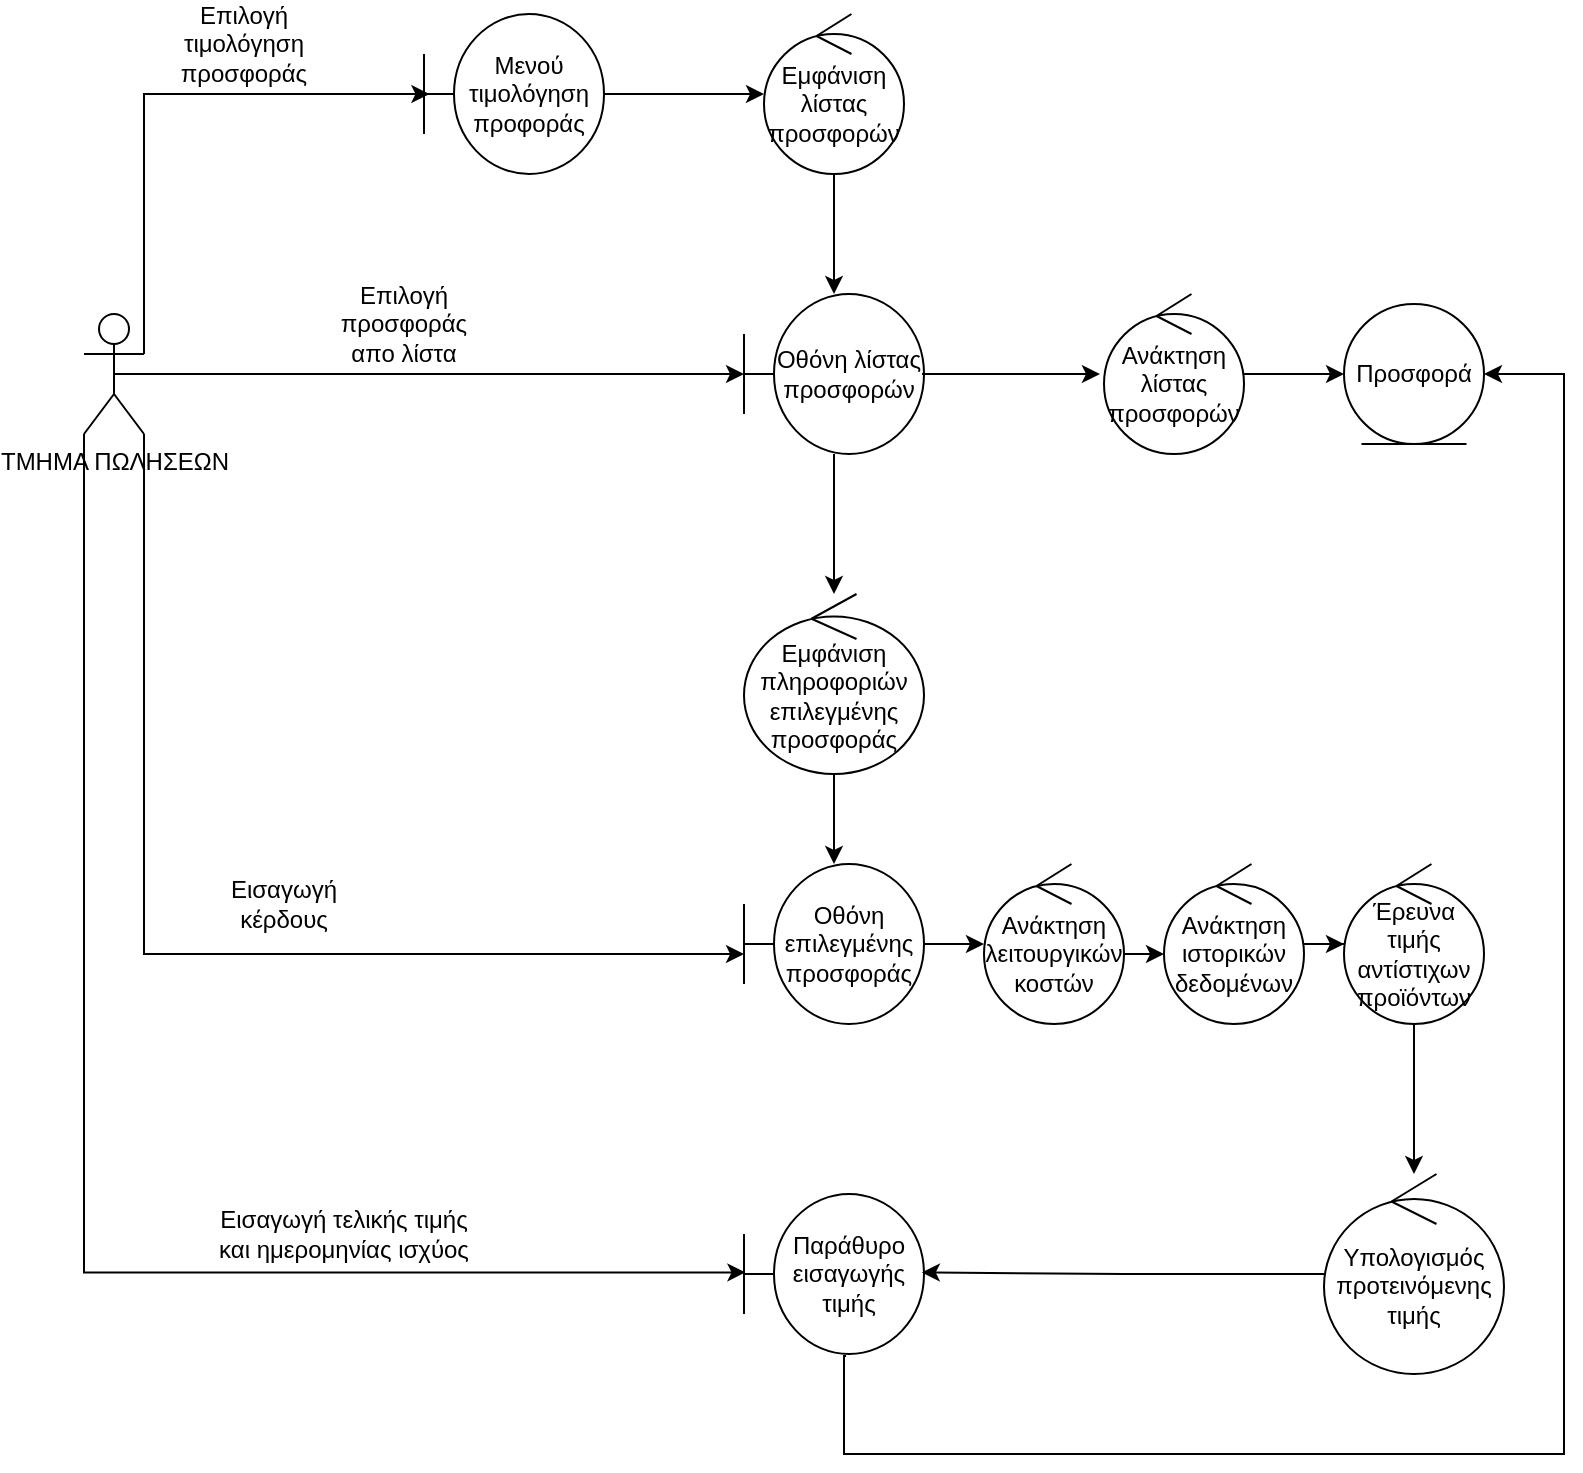
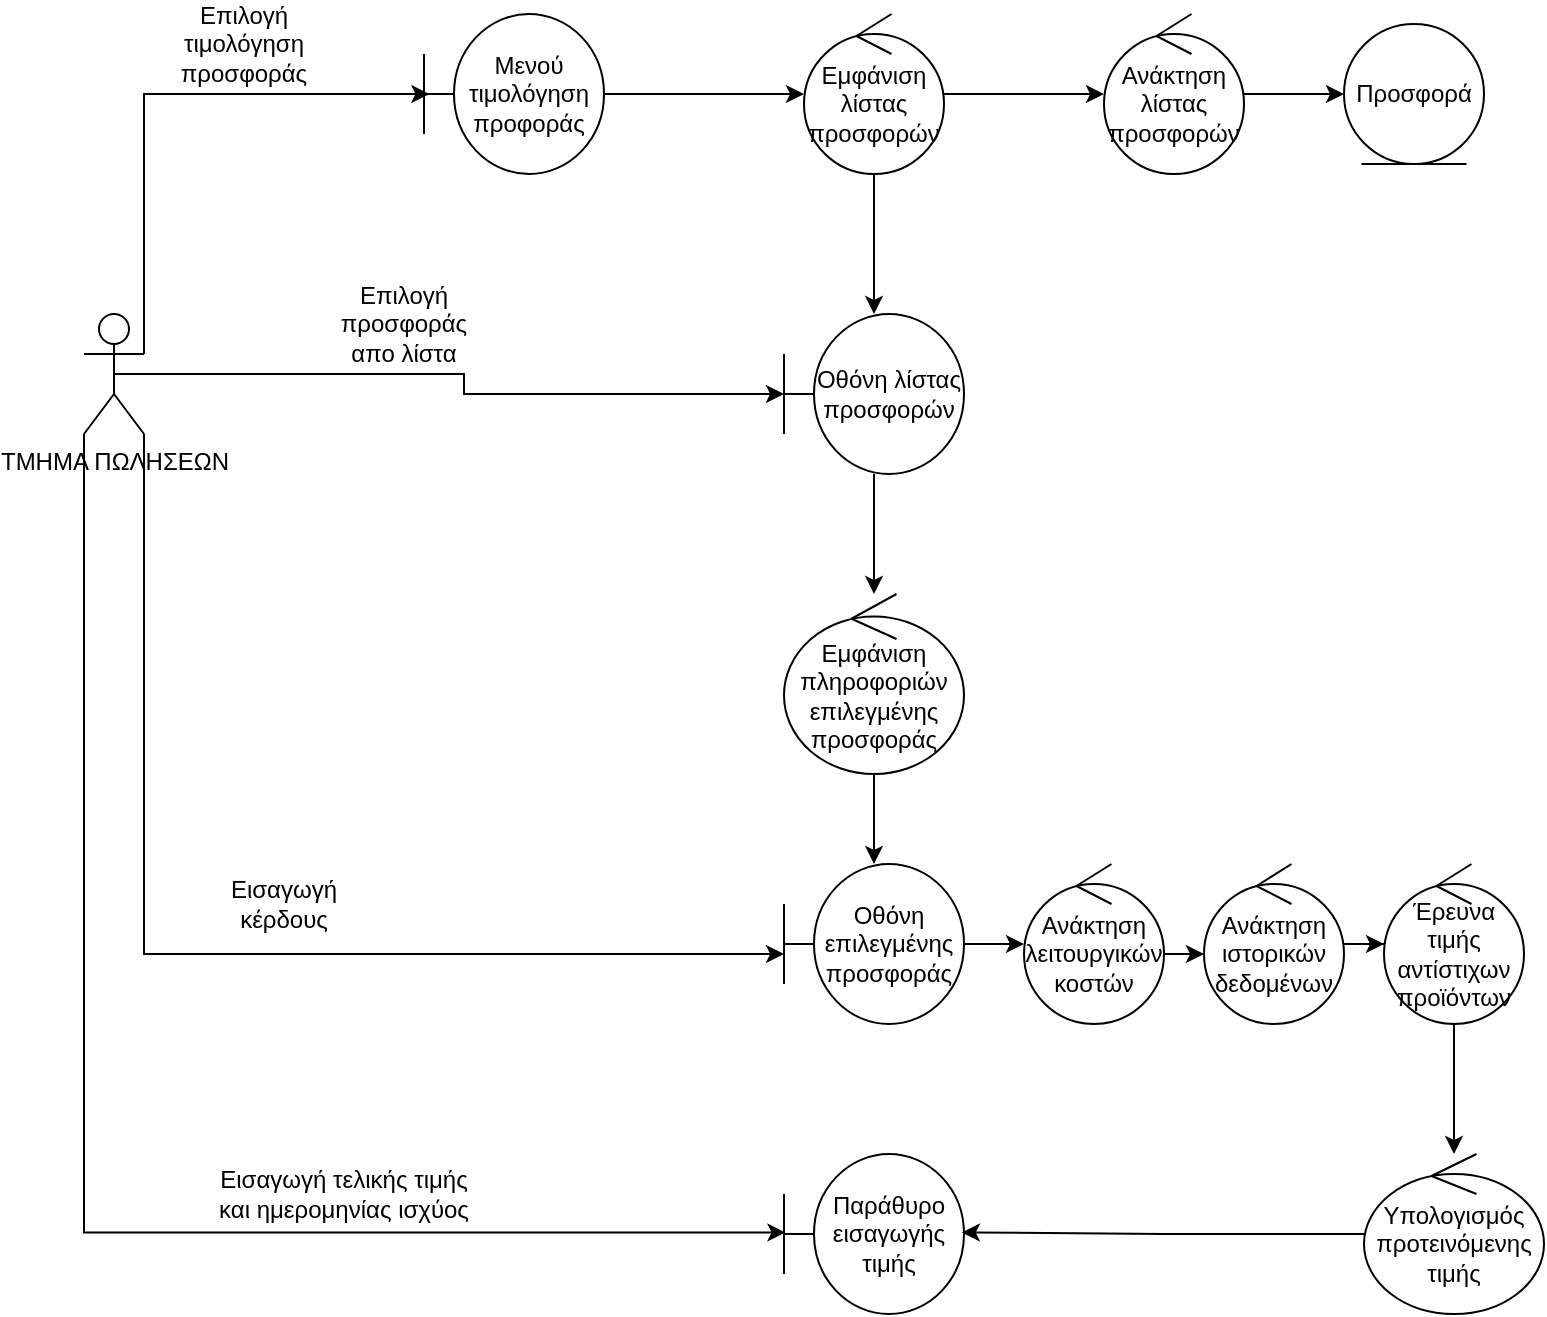
<mxfile host="Electron">
  <diagram name="Page-1" id="KaXBHMN9nKNjOLRxAqfw">
-     <mxGraphModel dx="1414" dy="883" grid="1" gridSize="10" guides="1" tooltips="1" connect="1" arrows="1" fold="1" page="1" pageScale="1" pageWidth="827" pageHeight="1169" math="0" shadow="0">
+     <mxGraphModel dx="1664" dy="1039" grid="1" gridSize="10" guides="1" tooltips="1" connect="1" arrows="1" fold="1" page="1" pageScale="1" pageWidth="827" pageHeight="1169" math="0" shadow="0">
      <root>
        <mxCell id="0" />
        <mxCell id="1" parent="0" />
        <mxCell id="C7lFtEQ3tHzBhNkcPl6a-1" parent="1" style="shape=umlActor;verticalLabelPosition=bottom;verticalAlign=top;html=1;outlineConnect=0;" value="ΤΜΗΜΑ ΠΩΛΗΣΕΩΝ" vertex="1">
          <mxGeometry height="60" width="30" x="70" y="310" as="geometry" />
        </mxCell>
        <mxCell id="C7lFtEQ3tHzBhNkcPl6a-8" edge="1" parent="1" source="C7lFtEQ3tHzBhNkcPl6a-2" style="edgeStyle=orthogonalEdgeStyle;rounded=0;orthogonalLoop=1;jettySize=auto;html=1;" target="C7lFtEQ3tHzBhNkcPl6a-6" value="">
          <mxGeometry relative="1" as="geometry" />
        </mxCell>
        <mxCell id="C7lFtEQ3tHzBhNkcPl6a-2" parent="1" style="shape=umlBoundary;whiteSpace=wrap;html=1;" value="Μενού τιμολόγηση προφοράς" vertex="1">
          <mxGeometry height="80" width="90" x="240" y="160" as="geometry" />
        </mxCell>
        <mxCell id="C7lFtEQ3tHzBhNkcPl6a-3" edge="1" parent="1" source="C7lFtEQ3tHzBhNkcPl6a-1" style="edgeStyle=orthogonalEdgeStyle;rounded=0;orthogonalLoop=1;jettySize=auto;html=1;exitX=1;exitY=0.3333333333333333;exitDx=0;exitDy=0;exitPerimeter=0;entryX=0.03;entryY=0.5;entryDx=0;entryDy=0;entryPerimeter=0;startArrow=none;startFill=0;" target="C7lFtEQ3tHzBhNkcPl6a-2">
          <mxGeometry relative="1" as="geometry">
            <Array as="points">
              <mxPoint x="150" y="200" />
              <mxPoint x="150" y="200" />
            </Array>
          </mxGeometry>
        </mxCell>
        <mxCell id="C7lFtEQ3tHzBhNkcPl6a-5" parent="1" style="text;html=1;whiteSpace=wrap;strokeColor=none;fillColor=none;align=center;verticalAlign=middle;rounded=0;" value="Επιλογή τιμολόγηση προσφοράς" vertex="1">
          <mxGeometry height="30" width="60" x="120" y="160" as="geometry" />
        </mxCell>
+         <mxCell id="C7lFtEQ3tHzBhNkcPl6a-10" edge="1" parent="1" source="C7lFtEQ3tHzBhNkcPl6a-6" style="edgeStyle=orthogonalEdgeStyle;rounded=0;orthogonalLoop=1;jettySize=auto;html=1;" target="C7lFtEQ3tHzBhNkcPl6a-9" value="">
+           <mxGeometry relative="1" as="geometry" />
+         </mxCell>
        <mxCell id="C7lFtEQ3tHzBhNkcPl6a-14" edge="1" parent="1" source="C7lFtEQ3tHzBhNkcPl6a-6" style="edgeStyle=orthogonalEdgeStyle;rounded=0;orthogonalLoop=1;jettySize=auto;html=1;" target="C7lFtEQ3tHzBhNkcPl6a-13" value="">
          <mxGeometry relative="1" as="geometry" />
        </mxCell>
        <mxCell id="C7lFtEQ3tHzBhNkcPl6a-6" parent="1" style="ellipse;shape=umlControl;whiteSpace=wrap;html=1;" value="Εμφάνιση λίστας προσφορών" vertex="1">
-           <mxGeometry height="80" width="70" x="410" y="160" as="geometry" />
+           <mxGeometry height="80" width="70" x="430" y="160" as="geometry" />
        </mxCell>
        <mxCell id="C7lFtEQ3tHzBhNkcPl6a-12" edge="1" parent="1" source="C7lFtEQ3tHzBhNkcPl6a-9" style="edgeStyle=orthogonalEdgeStyle;rounded=0;orthogonalLoop=1;jettySize=auto;html=1;" target="C7lFtEQ3tHzBhNkcPl6a-11" value="">
          <mxGeometry relative="1" as="geometry" />
        </mxCell>
        <mxCell id="C7lFtEQ3tHzBhNkcPl6a-9" parent="1" style="ellipse;shape=umlControl;whiteSpace=wrap;html=1;" value="Ανάκτηση λίστας προσφορών" vertex="1">
-           <mxGeometry height="80" width="70" x="580" y="300" as="geometry" />
+           <mxGeometry height="80" width="70" x="580" y="160" as="geometry" />
        </mxCell>
        <mxCell id="C7lFtEQ3tHzBhNkcPl6a-11" parent="1" style="ellipse;shape=umlEntity;whiteSpace=wrap;html=1;" value="Προσφορά" vertex="1">
-           <mxGeometry height="70" width="70" x="700" y="305" as="geometry" />
+           <mxGeometry height="70" width="70" x="700" y="165" as="geometry" />
        </mxCell>
        <mxCell id="C7lFtEQ3tHzBhNkcPl6a-19" edge="1" parent="1" source="C7lFtEQ3tHzBhNkcPl6a-13" style="edgeStyle=orthogonalEdgeStyle;rounded=0;orthogonalLoop=1;jettySize=auto;html=1;" target="C7lFtEQ3tHzBhNkcPl6a-17" value="">
          <mxGeometry relative="1" as="geometry" />
        </mxCell>
        <mxCell id="C7lFtEQ3tHzBhNkcPl6a-13" parent="1" style="shape=umlBoundary;whiteSpace=wrap;html=1;" value="Οθόνη λίστας προσφορών" vertex="1">
-           <mxGeometry height="80" width="90" x="400" y="300" as="geometry" />
+           <mxGeometry height="80" width="90" x="420" y="310" as="geometry" />
        </mxCell>
        <mxCell id="C7lFtEQ3tHzBhNkcPl6a-15" edge="1" parent="1" source="C7lFtEQ3tHzBhNkcPl6a-1" style="edgeStyle=orthogonalEdgeStyle;rounded=0;orthogonalLoop=1;jettySize=auto;html=1;exitX=0.5;exitY=0.5;exitDx=0;exitDy=0;exitPerimeter=0;entryX=0;entryY=0.5;entryDx=0;entryDy=0;entryPerimeter=0;" target="C7lFtEQ3tHzBhNkcPl6a-13">
          <mxGeometry relative="1" as="geometry" />
        </mxCell>
        <mxCell id="C7lFtEQ3tHzBhNkcPl6a-16" parent="1" style="text;html=1;whiteSpace=wrap;strokeColor=none;fillColor=none;align=center;verticalAlign=middle;rounded=0;" value="Επιλογή προσφοράς απο λίστα" vertex="1">
          <mxGeometry height="30" width="60" x="200" y="300" as="geometry" />
        </mxCell>
        <mxCell id="C7lFtEQ3tHzBhNkcPl6a-21" edge="1" parent="1" source="C7lFtEQ3tHzBhNkcPl6a-17" style="edgeStyle=orthogonalEdgeStyle;rounded=0;orthogonalLoop=1;jettySize=auto;html=1;" target="C7lFtEQ3tHzBhNkcPl6a-20" value="">
          <mxGeometry relative="1" as="geometry" />
        </mxCell>
        <mxCell id="C7lFtEQ3tHzBhNkcPl6a-17" parent="1" style="ellipse;shape=umlControl;whiteSpace=wrap;html=1;" value="Εμφάνιση πληροφοριών επιλεγμένης προσφοράς" vertex="1">
-           <mxGeometry height="90" width="90" x="400" y="450" as="geometry" />
+           <mxGeometry height="90" width="90" x="420" y="450" as="geometry" />
        </mxCell>
        <mxCell id="C7lFtEQ3tHzBhNkcPl6a-27" edge="1" parent="1" source="C7lFtEQ3tHzBhNkcPl6a-20" style="edgeStyle=orthogonalEdgeStyle;rounded=0;orthogonalLoop=1;jettySize=auto;html=1;" target="C7lFtEQ3tHzBhNkcPl6a-24" value="">
          <mxGeometry relative="1" as="geometry" />
        </mxCell>
        <mxCell id="C7lFtEQ3tHzBhNkcPl6a-20" parent="1" style="shape=umlBoundary;whiteSpace=wrap;html=1;" value="Οθόνη επιλεγμένης προσφοράς" vertex="1">
-           <mxGeometry height="80" width="90" x="400" y="585" as="geometry" />
+           <mxGeometry height="80" width="90" x="420" y="585" as="geometry" />
        </mxCell>
        <mxCell id="C7lFtEQ3tHzBhNkcPl6a-22" edge="1" parent="1" source="C7lFtEQ3tHzBhNkcPl6a-1" style="edgeStyle=orthogonalEdgeStyle;rounded=0;orthogonalLoop=1;jettySize=auto;html=1;exitX=1;exitY=1;exitDx=0;exitDy=0;exitPerimeter=0;entryX=0;entryY=0.563;entryDx=0;entryDy=0;entryPerimeter=0;" target="C7lFtEQ3tHzBhNkcPl6a-20">
          <mxGeometry relative="1" as="geometry" />
        </mxCell>
        <mxCell id="C7lFtEQ3tHzBhNkcPl6a-23" parent="1" style="text;html=1;whiteSpace=wrap;strokeColor=none;fillColor=none;align=center;verticalAlign=middle;rounded=0;" value="Εισαγωγή κέρδους" vertex="1">
          <mxGeometry height="30" width="60" x="140" y="590" as="geometry" />
        </mxCell>
        <mxCell id="C7lFtEQ3tHzBhNkcPl6a-24" parent="1" style="ellipse;shape=umlControl;whiteSpace=wrap;html=1;points=[];" value="Ανάκτηση λειτουργικών κοστών" vertex="1">
-           <mxGeometry height="80" width="70" x="520" y="585" as="geometry" />
+           <mxGeometry height="80" width="70" x="540" y="585" as="geometry" />
        </mxCell>
        <mxCell id="C7lFtEQ3tHzBhNkcPl6a-34" edge="1" parent="1" source="C7lFtEQ3tHzBhNkcPl6a-25" style="edgeStyle=orthogonalEdgeStyle;rounded=0;orthogonalLoop=1;jettySize=auto;html=1;" target="C7lFtEQ3tHzBhNkcPl6a-26" value="">
          <mxGeometry relative="1" as="geometry" />
        </mxCell>
        <mxCell id="C7lFtEQ3tHzBhNkcPl6a-25" parent="1" style="ellipse;shape=umlControl;whiteSpace=wrap;html=1;" value="Ανάκτηση ιστορικών δεδομένων" vertex="1">
-           <mxGeometry height="80" width="70" x="610" y="585" as="geometry" />
+           <mxGeometry height="80" width="70" x="630" y="585" as="geometry" />
        </mxCell>
        <mxCell id="C7lFtEQ3tHzBhNkcPl6a-39" edge="1" parent="1" source="C7lFtEQ3tHzBhNkcPl6a-26" style="edgeStyle=orthogonalEdgeStyle;rounded=0;orthogonalLoop=1;jettySize=auto;html=1;" target="C7lFtEQ3tHzBhNkcPl6a-38" value="">
          <mxGeometry relative="1" as="geometry" />
        </mxCell>
        <mxCell id="C7lFtEQ3tHzBhNkcPl6a-26" parent="1" style="ellipse;shape=umlControl;whiteSpace=wrap;html=1;" value="Έρευνα τιμής αντίστιχων προϊόντων" vertex="1">
-           <mxGeometry height="80" width="70" x="700" y="585" as="geometry" />
+           <mxGeometry height="80" width="70" x="720" y="585" as="geometry" />
        </mxCell>
        <mxCell id="C7lFtEQ3tHzBhNkcPl6a-32" edge="1" parent="1" style="endArrow=classic;html=1;rounded=0;" value="">
          <mxGeometry height="50" relative="1" width="50" as="geometry">
            <Array as="points">
-               <mxPoint x="600" y="630" />
+               <mxPoint x="620" y="630" />
            </Array>
-             <mxPoint x="590" y="630" as="sourcePoint" />
-             <mxPoint x="610" y="630" as="targetPoint" />
+             <mxPoint x="610" y="630" as="sourcePoint" />
+             <mxPoint x="630" y="630" as="targetPoint" />
          </mxGeometry>
        </mxCell>
        <mxCell id="C7lFtEQ3tHzBhNkcPl6a-35" parent="1" style="shape=umlBoundary;whiteSpace=wrap;html=1;" value="Παράθυρο εισαγωγής τιμής" vertex="1">
-           <mxGeometry height="80" width="90" x="400" y="750" as="geometry" />
+           <mxGeometry height="80" width="90" x="420" y="730" as="geometry" />
        </mxCell>
        <mxCell id="C7lFtEQ3tHzBhNkcPl6a-41" edge="1" parent="1" source="C7lFtEQ3tHzBhNkcPl6a-38" style="edgeStyle=orthogonalEdgeStyle;rounded=0;orthogonalLoop=1;jettySize=auto;html=1;entryX=0.988;entryY=0.49;entryDx=0;entryDy=0;entryPerimeter=0;" target="C7lFtEQ3tHzBhNkcPl6a-35" value="">
          <mxGeometry relative="1" as="geometry">
-             <mxPoint x="610" y="790" as="targetPoint" />
+             <mxPoint x="630" y="770" as="targetPoint" />
          </mxGeometry>
        </mxCell>
        <mxCell id="C7lFtEQ3tHzBhNkcPl6a-38" parent="1" style="ellipse;shape=umlControl;whiteSpace=wrap;html=1;" value="Υπολογισμός&lt;div&gt;προτεινόμενης&lt;/div&gt;&lt;div&gt;τιμής&lt;/div&gt;" vertex="1">
-           <mxGeometry height="100" width="90" x="690" y="740" as="geometry" />
+           <mxGeometry height="80" width="90" x="710" y="730" as="geometry" />
        </mxCell>
        <mxCell id="C7lFtEQ3tHzBhNkcPl6a-42" edge="1" parent="1" source="C7lFtEQ3tHzBhNkcPl6a-1" style="edgeStyle=orthogonalEdgeStyle;rounded=0;orthogonalLoop=1;jettySize=auto;html=1;exitX=0;exitY=1;exitDx=0;exitDy=0;exitPerimeter=0;entryX=0.008;entryY=0.49;entryDx=0;entryDy=0;entryPerimeter=0;" target="C7lFtEQ3tHzBhNkcPl6a-35">
          <mxGeometry relative="1" as="geometry" />
        </mxCell>
        <mxCell id="C7lFtEQ3tHzBhNkcPl6a-43" parent="1" style="text;html=1;whiteSpace=wrap;strokeColor=none;fillColor=none;align=center;verticalAlign=middle;rounded=0;" value="Εισαγωγή τελικής τιμής και ημερομηνίας ισχύος" vertex="1">
-           <mxGeometry height="40" width="140" x="130" y="750" as="geometry" />
-         </mxCell>
-         <mxCell id="EzgwjZ8Vg_zi5hEFdscP-5" edge="1" parent="1" source="C7lFtEQ3tHzBhNkcPl6a-35" style="endArrow=classic;html=1;rounded=0;edgeStyle=orthogonalEdgeStyle;exitX=0.567;exitY=1.013;exitDx=0;exitDy=0;exitPerimeter=0;entryX=1;entryY=0.5;entryDx=0;entryDy=0;" target="C7lFtEQ3tHzBhNkcPl6a-11" value="">
-           <mxGeometry height="50" relative="1" width="50" as="geometry">
-             <Array as="points">
-               <mxPoint x="450" y="831" />
-               <mxPoint x="450" y="880" />
-               <mxPoint x="810" y="880" />
-               <mxPoint x="810" y="340" />
-             </Array>
-             <mxPoint x="470" y="920" as="sourcePoint" />
-             <mxPoint x="520" y="870" as="targetPoint" />
-           </mxGeometry>
-         </mxCell>
-         <mxCell id="EzgwjZ8Vg_zi5hEFdscP-6" edge="1" parent="1" source="C7lFtEQ3tHzBhNkcPl6a-13" style="endArrow=classic;html=1;rounded=0;entryX=-0.029;entryY=0.5;entryDx=0;entryDy=0;entryPerimeter=0;exitX=0.989;exitY=0.5;exitDx=0;exitDy=0;exitPerimeter=0;" target="C7lFtEQ3tHzBhNkcPl6a-9" value="">
-           <mxGeometry height="50" relative="1" width="50" as="geometry">
-             <mxPoint x="500" y="339.5" as="sourcePoint" />
-             <mxPoint x="570" y="339.5" as="targetPoint" />
-           </mxGeometry>
+           <mxGeometry height="40" width="140" x="130" y="730" as="geometry" />
        </mxCell>
      </root>
    </mxGraphModel>
  </diagram>
</mxfile>
